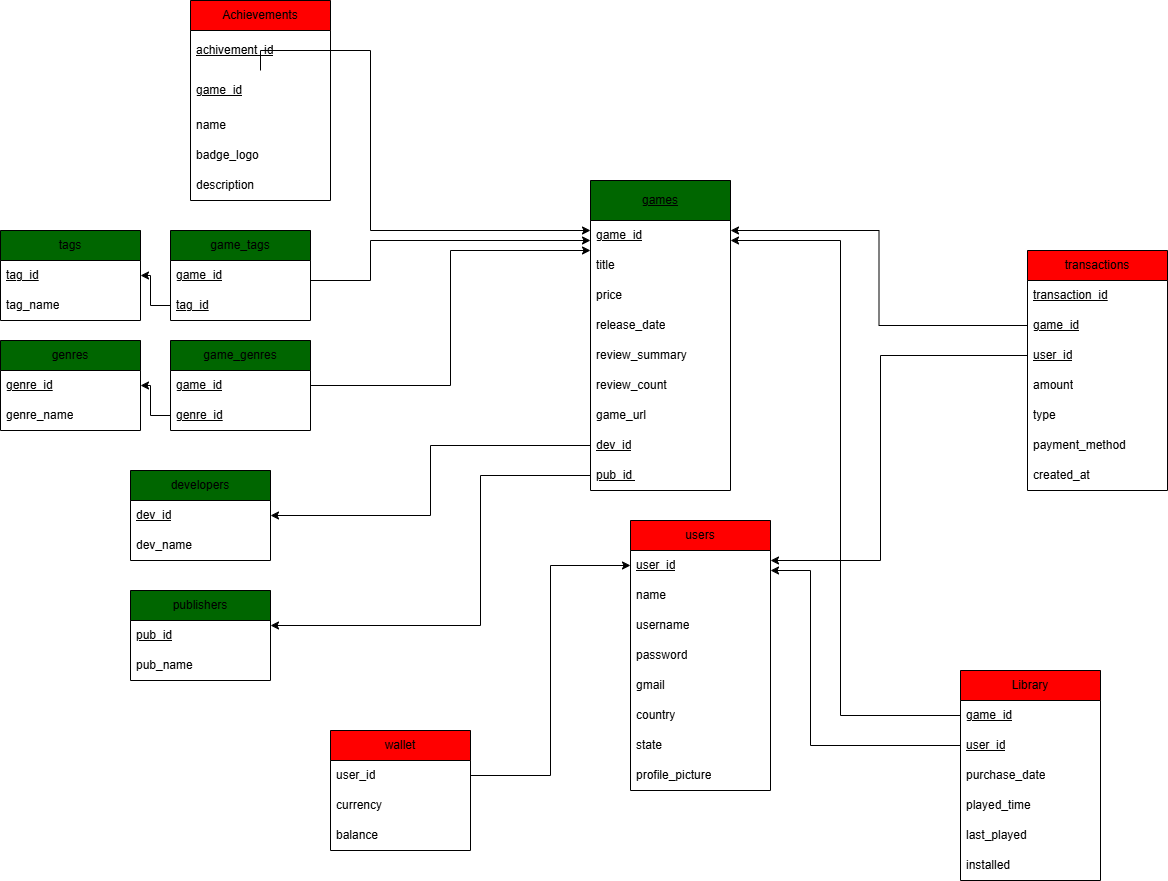
Earlier version of the draw.io export Data Storing/design/Diagram Relasional.drawio.png (Jerannn24/Seleksi-2026-Tugas-1). Source tidied: cells renumbered, new cells last; positions are measured from the earlier drawing's top-left corner, leaving out a move shared by most shapes.
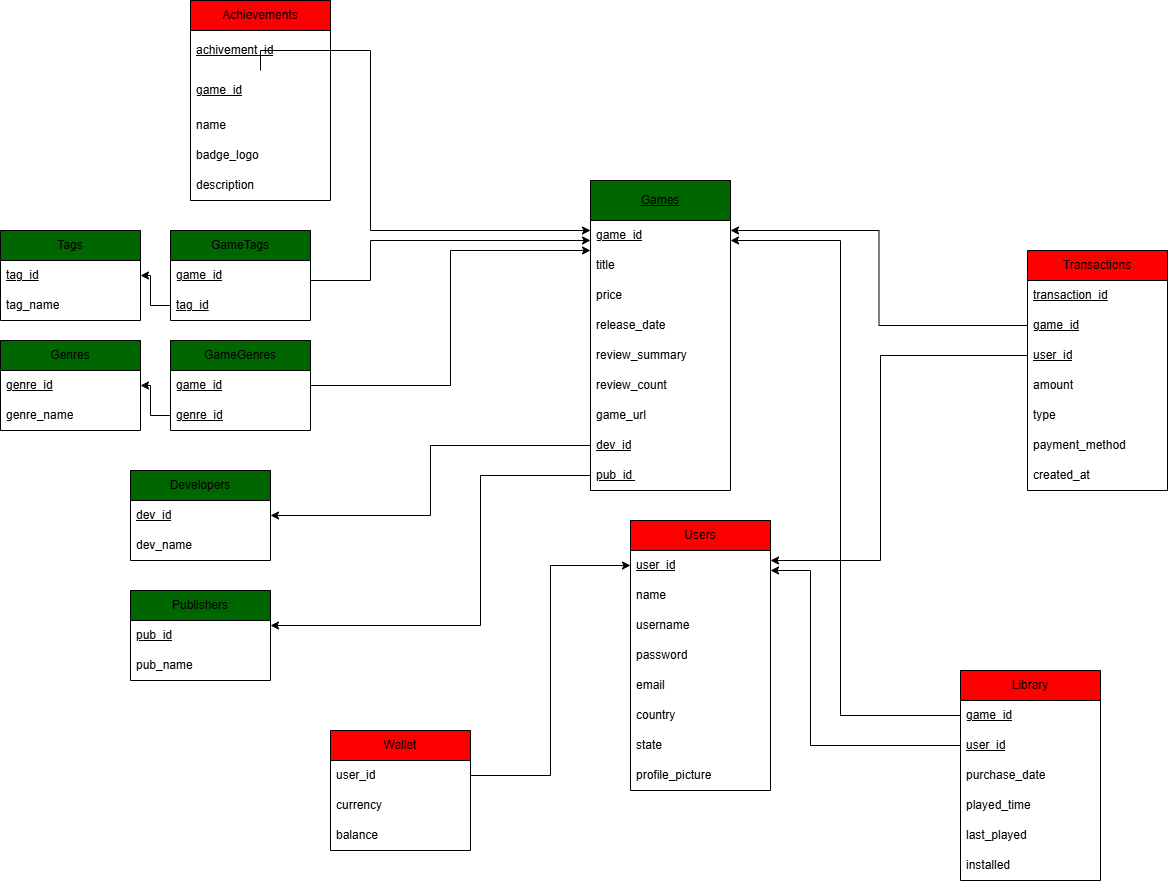
After the commit.

Diff of the diagram source:
```diff
@@ -2,7 +2,7 @@
   <root>
     <mxCell id="0" />
     <mxCell id="1" parent="0" />
-    <mxCell id="2" value="games" style="swimlane;fontStyle=4;horizontal=1;startSize=40;whiteSpace=wrap;html=1;fillColor=light-dark(#006600,#006600);fontColor=default;" parent="1" vertex="1">
+    <mxCell id="2" value="Games" style="swimlane;fontStyle=4;horizontal=1;startSize=40;whiteSpace=wrap;html=1;fillColor=light-dark(#006600,#006600);fontColor=default;" parent="1" vertex="1">
       <mxGeometry x="590" y="180" width="140" height="310" as="geometry" />
     </mxCell>
     <mxCell id="3" value="&lt;span&gt;game_id&lt;/span&gt;" style="text;strokeColor=none;fillColor=none;align=left;verticalAlign=middle;spacingLeft=4;spacingRight=4;overflow=hidden;points=[[0,0.5],[1,0.5]];portConstraint=eastwest;whiteSpace=wrap;html=1;fontStyle=4;" parent="2" vertex="1">
@@ -32,7 +32,7 @@
     <mxCell id="11" value="&lt;span&gt;pub_id&amp;nbsp;&lt;/span&gt;" style="text;strokeColor=none;fillColor=none;align=left;verticalAlign=middle;spacingLeft=4;spacingRight=4;overflow=hidden;points=[[0,0.5],[1,0.5]];portConstraint=eastwest;whiteSpace=wrap;html=1;fontStyle=4;" parent="2" vertex="1">
       <mxGeometry y="280" width="140" height="30" as="geometry" />
     </mxCell>
-    <mxCell id="12" value="tags" style="swimlane;fontStyle=0;horizontal=1;startSize=30;whiteSpace=wrap;html=1;fillColor=light-dark(#006600,#006600);" parent="1" vertex="1">
+    <mxCell id="12" value="Tags" style="swimlane;fontStyle=0;horizontal=1;startSize=30;whiteSpace=wrap;html=1;fillColor=light-dark(#006600,#006600);" parent="1" vertex="1">
       <mxGeometry y="230" width="140" height="90" as="geometry" />
     </mxCell>
     <mxCell id="13" value="&lt;u&gt;tag_id&lt;/u&gt;" style="text;strokeColor=none;fillColor=none;align=left;verticalAlign=middle;spacingLeft=4;spacingRight=4;overflow=hidden;points=[[0,0.5],[1,0.5]];portConstraint=eastwest;whiteSpace=wrap;html=1;" parent="12" vertex="1">
@@ -41,7 +41,7 @@
     <mxCell id="14" value="tag_name" style="text;strokeColor=none;fillColor=none;align=left;verticalAlign=middle;spacingLeft=4;spacingRight=4;overflow=hidden;whiteSpace=wrap;html=1;" parent="12" vertex="1">
       <mxGeometry y="60" width="140" height="30" as="geometry" />
     </mxCell>
-    <mxCell id="15" value="publishers" style="swimlane;fontStyle=0;horizontal=1;startSize=30;whiteSpace=wrap;html=1;fillColor=light-dark(#006600,#006600);" parent="1" vertex="1">
+    <mxCell id="15" value="Publishers" style="swimlane;fontStyle=0;horizontal=1;startSize=30;whiteSpace=wrap;html=1;fillColor=light-dark(#006600,#006600);" parent="1" vertex="1">
       <mxGeometry x="130" y="590" width="140" height="90" as="geometry" />
     </mxCell>
     <mxCell id="16" value="&lt;u&gt;pub_id&lt;/u&gt;" style="text;strokeColor=none;fillColor=none;align=left;verticalAlign=middle;spacingLeft=4;spacingRight=4;overflow=hidden;points=[[0,0.5],[1,0.5]];portConstraint=eastwest;whiteSpace=wrap;html=1;" parent="15" vertex="1">
@@ -50,7 +50,7 @@
     <mxCell id="17" value="pub_name" style="text;strokeColor=none;fillColor=none;align=left;verticalAlign=middle;spacingLeft=4;spacingRight=4;overflow=hidden;whiteSpace=wrap;html=1;" parent="15" vertex="1">
       <mxGeometry y="60" width="140" height="30" as="geometry" />
     </mxCell>
-    <mxCell id="18" value="developers" style="swimlane;fontStyle=0;horizontal=1;startSize=30;whiteSpace=wrap;html=1;fillColor=light-dark(#006600,#006600);" parent="1" vertex="1">
+    <mxCell id="18" value="Developers" style="swimlane;fontStyle=0;horizontal=1;startSize=30;whiteSpace=wrap;html=1;fillColor=light-dark(#006600,#006600);" parent="1" vertex="1">
       <mxGeometry x="130" y="470" width="140" height="90" as="geometry" />
     </mxCell>
     <mxCell id="19" value="&lt;u&gt;dev_id&lt;/u&gt;" style="text;strokeColor=none;fillColor=none;align=left;verticalAlign=middle;spacingLeft=4;spacingRight=4;overflow=hidden;points=[[0,0.5],[1,0.5]];portConstraint=eastwest;whiteSpace=wrap;html=1;" parent="18" vertex="1">
@@ -70,7 +70,7 @@
     <mxCell id="22" style="edgeStyle=orthogonalEdgeStyle;rounded=0;jettySize=auto;html=1;" parent="1" edge="1" source="10" target="19">
       <mxGeometry relative="1" as="geometry" />
     </mxCell>
-    <mxCell id="23" value="game_tags" style="swimlane;fontStyle=0;horizontal=1;startSize=30;whiteSpace=wrap;html=1;fillColor=light-dark(#006600,#006600);" parent="1" vertex="1">
+    <mxCell id="23" value="GameTags" style="swimlane;fontStyle=0;horizontal=1;startSize=30;whiteSpace=wrap;html=1;fillColor=light-dark(#006600,#006600);" parent="1" vertex="1">
       <mxGeometry x="170" y="230" width="140" height="90" as="geometry" />
     </mxCell>
     <mxCell id="24" value="&lt;u&gt;game_id&lt;/u&gt;" style="text;strokeColor=none;fillColor=none;align=left;verticalAlign=middle;spacingLeft=4;spacingRight=4;overflow=hidden;points=[[0,0.5],[1,0.5]];portConstraint=eastwest;whiteSpace=wrap;html=1;" parent="23" vertex="1">
@@ -117,7 +117,7 @@
         </Array>
       </mxGeometry>
     </mxCell>
-    <mxCell id="35" value="users" style="swimlane;fontStyle=0;horizontal=1;startSize=30;whiteSpace=wrap;html=1;fillColor=light-dark(#FF0000,#FF0000);" parent="1" vertex="1">
+    <mxCell id="35" value="Users" style="swimlane;fontStyle=0;horizontal=1;startSize=30;whiteSpace=wrap;html=1;fillColor=light-dark(#FF0000,#FF0000);" parent="1" vertex="1">
       <mxGeometry x="630" y="520" width="140" height="270" as="geometry" />
     </mxCell>
     <mxCell id="36" value="&lt;u&gt;user_id&lt;/u&gt;" style="text;strokeColor=none;fillColor=none;align=left;verticalAlign=middle;spacingLeft=4;spacingRight=4;overflow=hidden;points=[[0,0.5],[1,0.5]];portConstraint=eastwest;whiteSpace=wrap;html=1;" parent="35" vertex="1">
@@ -132,7 +132,7 @@
     <mxCell id="39" value="password" style="text;strokeColor=none;fillColor=none;align=left;verticalAlign=middle;spacingLeft=4;spacingRight=4;overflow=hidden;whiteSpace=wrap;html=1;" parent="35" vertex="1">
       <mxGeometry y="120" width="140" height="30" as="geometry" />
     </mxCell>
-    <mxCell id="40" value="gmail" style="text;strokeColor=none;fillColor=none;align=left;verticalAlign=middle;spacingLeft=4;spacingRight=4;overflow=hidden;whiteSpace=wrap;html=1;" parent="35" vertex="1">
+    <mxCell id="40" value="email" style="text;strokeColor=none;fillColor=none;align=left;verticalAlign=middle;spacingLeft=4;spacingRight=4;overflow=hidden;whiteSpace=wrap;html=1;" parent="35" vertex="1">
       <mxGeometry y="150" width="140" height="30" as="geometry" />
     </mxCell>
     <mxCell id="41" value="country" style="text;strokeColor=none;fillColor=none;align=left;verticalAlign=middle;spacingLeft=4;spacingRight=4;overflow=hidden;whiteSpace=wrap;html=1;" parent="35" vertex="1">
@@ -173,7 +173,7 @@
         </Array>
       </mxGeometry>
     </mxCell>
-    <mxCell id="52" value="wallet" style="swimlane;fontStyle=0;horizontal=1;startSize=30;whiteSpace=wrap;html=1;fillColor=light-dark(#FF0000,#FF0000);swimlaneFillColor=none;" parent="1" vertex="1">
+    <mxCell id="52" value="Wallet" style="swimlane;fontStyle=0;horizontal=1;startSize=30;whiteSpace=wrap;html=1;fillColor=light-dark(#FF0000,#FF0000);swimlaneFillColor=none;" parent="1" vertex="1">
       <mxGeometry x="330" y="730" width="140" height="120" as="geometry" />
     </mxCell>
     <mxCell id="53" value="user_id" style="text;strokeColor=none;fillColor=none;align=left;verticalAlign=middle;spacingLeft=4;spacingRight=4;overflow=hidden;points=[[0,0.5],[1,0.5]];portConstraint=eastwest;whiteSpace=wrap;html=1;" parent="52" vertex="1">
@@ -193,7 +193,7 @@
         </Array>
       </mxGeometry>
     </mxCell>
-    <mxCell id="57" value="transactions" style="swimlane;fontStyle=0;horizontal=1;startSize=30;whiteSpace=wrap;html=1;fillColor=light-dark(#FF0000,#FF0000);" parent="1" vertex="1">
+    <mxCell id="57" value="Transactions" style="swimlane;fontStyle=0;horizontal=1;startSize=30;whiteSpace=wrap;html=1;fillColor=light-dark(#FF0000,#FF0000);" parent="1" vertex="1">
       <mxGeometry x="1027" y="250" width="140" height="240" as="geometry" />
     </mxCell>
     <mxCell id="58" value="&lt;span&gt;transaction_id&lt;/span&gt;" style="text;strokeColor=none;fillColor=none;align=left;verticalAlign=middle;spacingLeft=4;spacingRight=4;overflow=hidden;whiteSpace=wrap;html=1;fontStyle=4;" parent="57" vertex="1">
@@ -241,7 +241,7 @@
         </Array>
       </mxGeometry>
     </mxCell>
-    <mxCell id="68" value="genres" style="swimlane;fontStyle=0;horizontal=1;startSize=30;whiteSpace=wrap;html=1;fillColor=light-dark(#006600,#006600);" parent="1" vertex="1">
+    <mxCell id="68" value="Genres" style="swimlane;fontStyle=0;horizontal=1;startSize=30;whiteSpace=wrap;html=1;fillColor=light-dark(#006600,#006600);" parent="1" vertex="1">
       <mxGeometry y="340" width="140" height="90" as="geometry" />
     </mxCell>
     <mxCell id="69" value="&lt;u&gt;genre_id&lt;/u&gt;" style="text;strokeColor=none;fillColor=none;align=left;verticalAlign=middle;spacingLeft=4;spacingRight=4;overflow=hidden;points=[[0,0.5],[1,0.5]];portConstraint=eastwest;whiteSpace=wrap;html=1;" parent="68" vertex="1">
@@ -250,7 +250,7 @@
     <mxCell id="70" value="genre_name" style="text;strokeColor=none;fillColor=none;align=left;verticalAlign=middle;spacingLeft=4;spacingRight=4;overflow=hidden;whiteSpace=wrap;html=1;" parent="68" vertex="1">
       <mxGeometry y="60" width="140" height="30" as="geometry" />
     </mxCell>
-    <mxCell id="71" value="game_genres" style="swimlane;fontStyle=0;horizontal=1;startSize=30;whiteSpace=wrap;html=1;fillColor=light-dark(#006600,#006600);" parent="1" vertex="1">
+    <mxCell id="71" value="GameGenres" style="swimlane;fontStyle=0;horizontal=1;startSize=30;whiteSpace=wrap;html=1;fillColor=light-dark(#006600,#006600);" parent="1" vertex="1">
       <mxGeometry x="170" y="340" width="140" height="90" as="geometry" />
     </mxCell>
     <mxCell id="72" value="&lt;u&gt;game_id&lt;/u&gt;" style="text;strokeColor=none;fillColor=none;align=left;verticalAlign=middle;spacingLeft=4;spacingRight=4;overflow=hidden;points=[[0,0.5],[1,0.5]];portConstraint=eastwest;whiteSpace=wrap;html=1;" parent="71" vertex="1">
```
